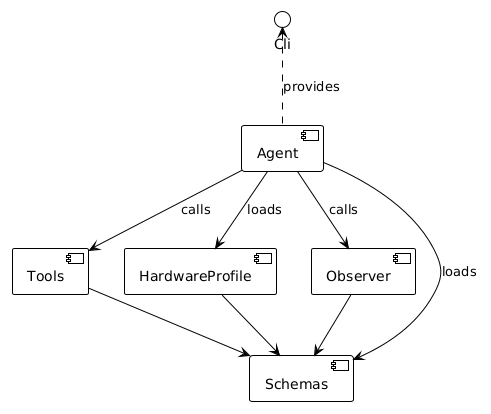
Above: doc/imgs/components.png in jecksondsouza/agentic-hpc (PlantUML), before the change. Source of this version:
```plantuml
@startuml
!theme mono
component Agent as ag
component Tools as tl
component HardwareProfile as hwp
component Observer as obs
component Schemas as sc
interface Cli

Cli <.. ag: provides
ag --> tl: calls
ag --> hwp: loads
ag --> obs: calls
ag --> sc: loads

tl --> sc
hwp --> sc
obs --> sc
@enduml
```
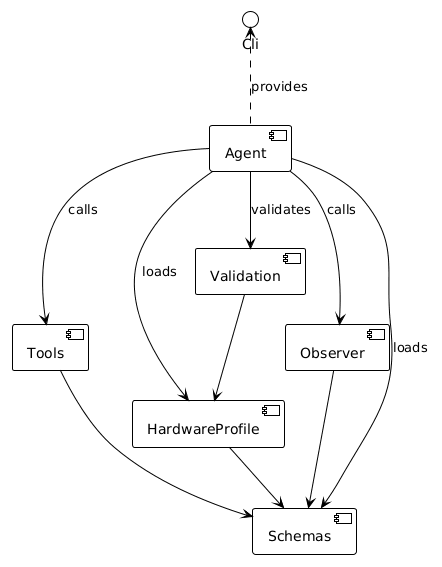
Above is the later version.

Diff of the diagram source:
```diff
@@ -3,6 +3,7 @@
 component Agent as ag
 component Tools as tl
 component HardwareProfile as hwp
+component Validation as val
 component Observer as obs
 component Schemas as sc
 interface Cli
@@ -10,10 +11,12 @@
 Cli <.. ag: provides
 ag --> tl: calls
 ag --> hwp: loads
+ag --> val: validates
 ag --> obs: calls
 ag --> sc: loads
 
 tl --> sc
 hwp --> sc
+val --> hwp
 obs --> sc
 @enduml
```
